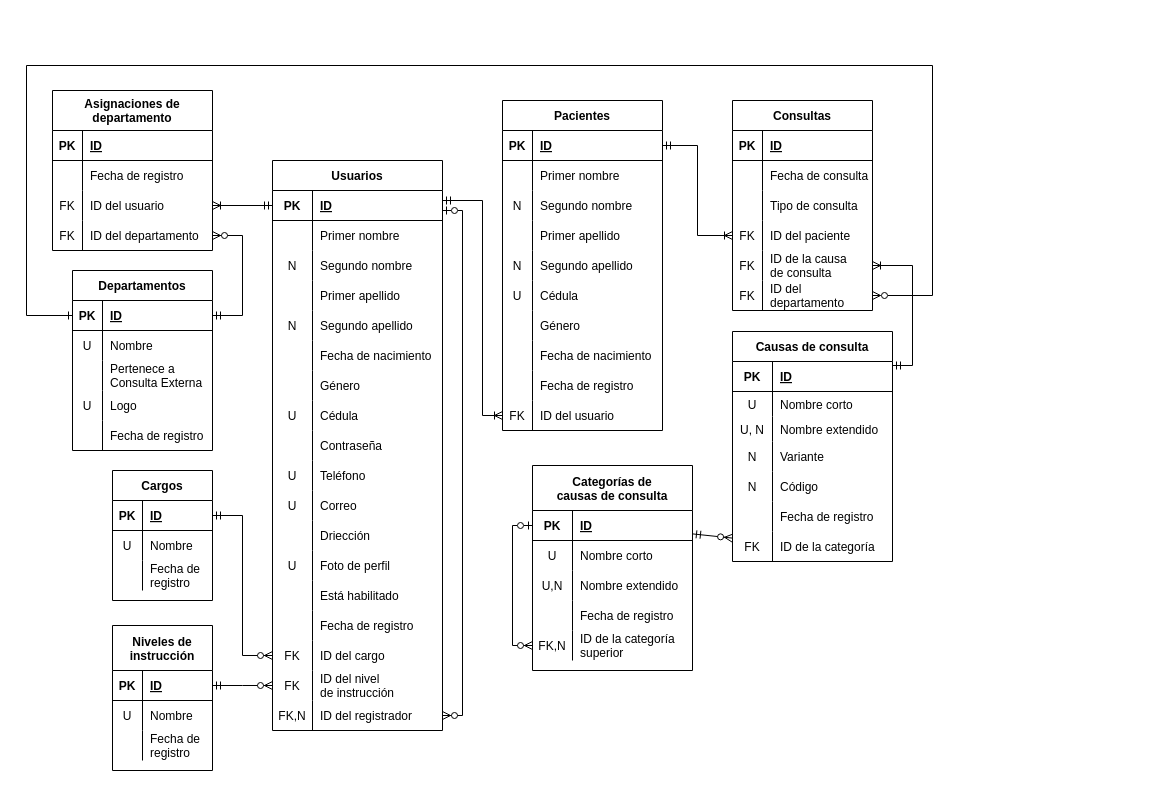
Before: page "Modelo Relacional" (5 of 6) of docs/Diagramas.drawio in fadrian06/haju, a draw.io diagram. Source tidied: cells renumbered, new cells numbered last; positions are measured from the earlier drawing's top-left corner, leaving out a move shared by most shapes. Both pictures are drawn from the tidied source at 100%, with x=0, y=0 at pixel (26, 65).
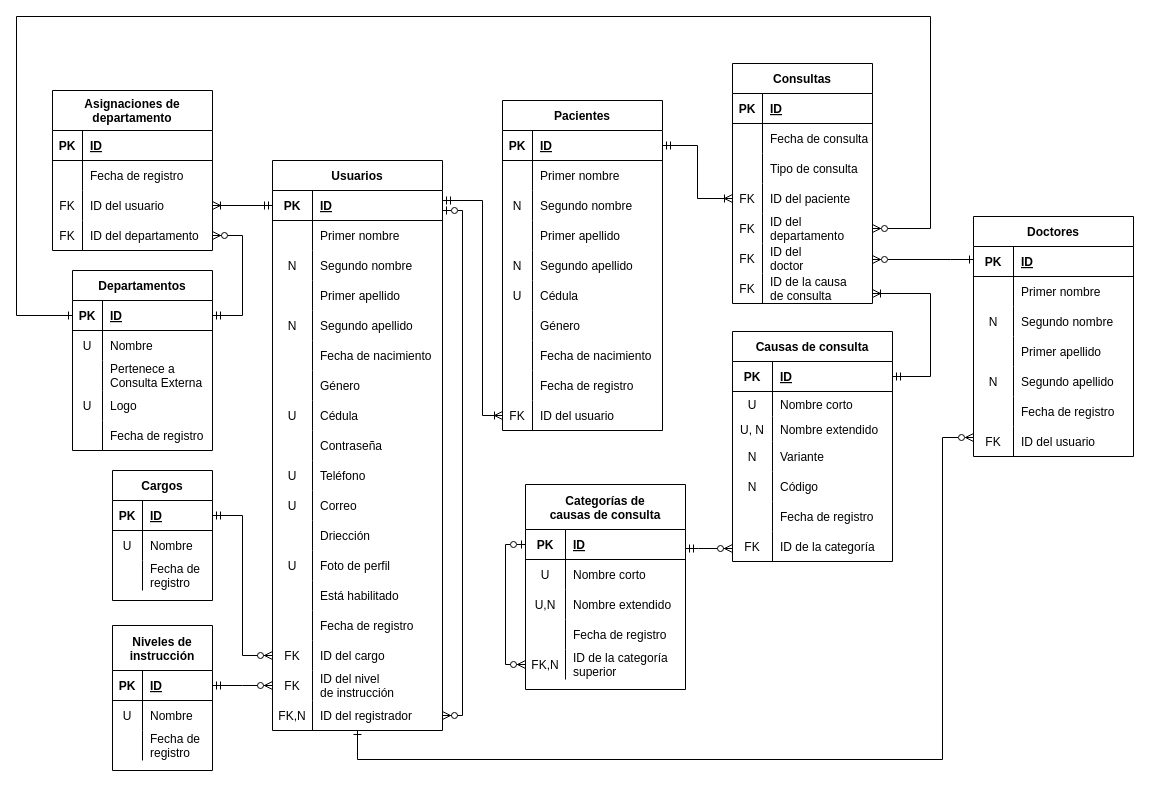
The same diagram, later.

Commit message (it also covers changes not shown here):
Añadida la entidad Doctor a los diagramas

The change refers to these unchanged cells:
```xml
<mxCell id="2" value="Usuarios" style="shape=table;startSize=30;childLayout=tableLayout;rowLines=0;fontStyle=1;align=center;" parent="1" vertex="1">
  <mxGeometry x="246" y="95" width="170" height="570" as="geometry" />
</mxCell>
<mxCell id="112" style="shape=tableRow;horizontal=0;startSize=0;swimlaneHead=0;swimlaneBody=0;fillColor=none;points=[[0,0.5],[1,0.5]];portConstraint=eastwest;top=0;left=0;right=0;bottom=1;" parent="111" vertex="1">
  <mxGeometry y="30" width="140" height="30" as="geometry" />
</mxCell>
<mxCell id="143" value="Causas de consulta" style="shape=table;startSize=30;childLayout=tableLayout;rowLines=0;fontStyle=1;align=center;" parent="1" vertex="1">
  <mxGeometry x="706" y="266" width="160" height="230" as="geometry" />
</mxCell>
<mxCell id="144" style="shape=tableRow;horizontal=0;startSize=0;swimlaneHead=0;swimlaneBody=0;fillColor=none;points=[[0,0.5],[1,0.5]];portConstraint=eastwest;top=0;left=0;right=0;bottom=1;" parent="143" vertex="1">
  <mxGeometry y="30" width="160" height="30" as="geometry" />
</mxCell>
<mxCell id="162" style="shape=tableRow;horizontal=0;startSize=0;swimlaneHead=0;swimlaneBody=0;fillColor=none;points=[[0,0.5],[1,0.5]];portConstraint=eastwest;top=0;left=0;right=0;bottom=0;" parent="143" vertex="1">
  <mxGeometry y="200" width="160" height="30" as="geometry" />
</mxCell>
<mxCell id="186" style="shape=tableRow;horizontal=0;startSize=0;swimlaneHead=0;swimlaneBody=0;fillColor=none;points=[[0,0.5],[1,0.5]];portConstraint=eastwest;top=0;left=0;right=0;bottom=1;" parent="185" vertex="1">
  <mxGeometry y="45" width="160" height="30" as="geometry" />
</mxCell>
```

Diff of the diagram source:
```diff
@@
     <mxCell id="165" value="Consultas" style="shape=table;startSize=30;childLayout=tableLayout;rowLines=0;fontStyle=1;align=center;" parent="1" vertex="1">
-      <mxGeometry x="706" y="35" width="140" height="210" as="geometry" />
+      <mxGeometry x="706" y="-2" width="140" height="240" as="geometry" />
     </mxCell>
@@
+    <mxCell id="181" style="shape=tableRow;horizontal=0;startSize=0;swimlaneHead=0;swimlaneBody=0;fillColor=none;points=[[0,0.5],[1,0.5]];portConstraint=eastwest;top=0;left=0;right=0;bottom=0;" parent="165" vertex="1">
+      <mxGeometry y="150" width="140" height="30" as="geometry" />
+    </mxCell>
+    <mxCell id="182" value="FK" style="shape=partialRectangle;fillColor=none;top=0;left=0;bottom=0;right=0;overflow=hidden;" parent="181" vertex="1">
+      <mxGeometry width="30" height="30" as="geometry" />
+    </mxCell>
+    <mxCell id="183" value="ID del&#10;departamento" style="shape=partialRectangle;fillColor=none;top=0;left=0;bottom=0;right=0;align=left;spacingLeft=6;overflow=hidden;" parent="181" vertex="1">
+      <mxGeometry x="30" width="110" height="30" as="geometry" />
+    </mxCell>
+    <mxCell id="205" style="shape=tableRow;horizontal=0;startSize=0;swimlaneHead=0;swimlaneBody=0;fillColor=none;top=0;left=0;right=0;bottom=0;" parent="165" vertex="1">
+      <mxGeometry y="180" width="140" height="30" as="geometry" />
+    </mxCell>
+    <mxCell id="206" value="FK" style="shape=partialRectangle;fillColor=none;top=0;left=0;bottom=0;right=0;overflow=hidden;" parent="205" vertex="1">
+      <mxGeometry width="30" height="30" as="geometry" />
+    </mxCell>
+    <mxCell id="207" value="ID del&#10;doctor" style="shape=partialRectangle;fillColor=none;top=0;left=0;bottom=0;right=0;align=left;spacingLeft=6;overflow=hidden;" parent="205" vertex="1">
+      <mxGeometry x="30" width="110" height="30" as="geometry" />
+    </mxCell>
     <mxCell id="178" style="shape=tableRow;horizontal=0;startSize=0;swimlaneHead=0;swimlaneBody=0;fillColor=none;points=[[0,0.5],[1,0.5]];portConstraint=eastwest;top=0;left=0;right=0;bottom=0;" parent="165" vertex="1">
-      <mxGeometry y="150" width="140" height="30" as="geometry" />
+      <mxGeometry y="210" width="140" height="30" as="geometry" />
     </mxCell>
@@
-    <mxCell id="181" style="shape=tableRow;horizontal=0;startSize=0;swimlaneHead=0;swimlaneBody=0;fillColor=none;points=[[0,0.5],[1,0.5]];portConstraint=eastwest;top=0;left=0;right=0;bottom=0;" parent="165" vertex="1">
-      <mxGeometry y="180" width="140" height="30" as="geometry" />
-    </mxCell>
-    <mxCell id="182" value="FK" style="shape=partialRectangle;fillColor=none;top=0;left=0;bottom=0;right=0;overflow=hidden;" parent="181" vertex="1">
-      <mxGeometry width="30" height="30" as="geometry" />
-    </mxCell>
-    <mxCell id="183" value="ID del&#10;departamento" style="shape=partialRectangle;fillColor=none;top=0;left=0;bottom=0;right=0;align=left;spacingLeft=6;overflow=hidden;" parent="181" vertex="1">
-      <mxGeometry x="30" width="110" height="30" as="geometry" />
-    </mxCell>
@@
     <mxCell id="185" value="Categorías de&#10;causas de consulta" style="shape=table;startSize=45;childLayout=tableLayout;rowLines=0;fontStyle=1;align=center;" parent="1" vertex="1">
-      <mxGeometry x="506" y="400" width="160" height="205" as="geometry" />
+      <mxGeometry x="499" y="419" width="160" height="205" as="geometry" />
     </mxCell>
@@
-    <mxCell id="202" style="fontSize=12;html=1;endArrow=ERzeroToMany;startArrow=ERmandOne;rounded=0;" parent="1" edge="1" source="186" target="162">
-      <mxGeometry relative="1" as="geometry" />
+    <mxCell id="202" style="fontSize=12;html=1;endArrow=ERzeroToMany;startArrow=ERmandOne;rounded=0;edgeStyle=orthogonalEdgeStyle;" parent="1" edge="1" source="185" target="143">
+      <mxGeometry relative="1" as="geometry">
+        <Array as="points">
+          <mxPoint x="672" y="483" />
+          <mxPoint x="672" y="483" />
+        </Array>
+      </mxGeometry>
     </mxCell>
-    <mxCell id="203" style="edgeStyle=orthogonalEdgeStyle;fontSize=12;html=1;endArrow=ERoneToMany;startArrow=ERmandOne;rounded=0;" parent="1" edge="1" source="144" target="178">
+    <mxCell id="203" style="edgeStyle=orthogonalEdgeStyle;fontSize=12;html=1;endArrow=ERoneToMany;startArrow=ERmandOne;rounded=0;" parent="1" edge="1" source="144" target="165">
       <mxGeometry relative="1" as="geometry">
         <Array as="points">
-          <mxPoint x="886" y="300" />
-          <mxPoint x="886" y="200" />
+          <mxPoint x="904" y="311" />
+          <mxPoint x="904" y="228" />
         </Array>
       </mxGeometry>
     </mxCell>
-    <mxCell id="204" style="edgeStyle=orthogonalEdgeStyle;fontSize=12;html=1;endArrow=ERone;startArrow=ERzeroToMany;rounded=0;startFill=0;endFill=0;" parent="1" edge="1" source="181" target="112">
+    <mxCell id="204" style="edgeStyle=orthogonalEdgeStyle;fontSize=12;html=1;endArrow=ERone;startArrow=ERzeroToMany;rounded=0;startFill=0;endFill=0;" parent="1" edge="1" source="165" target="112">
       <mxGeometry relative="1" as="geometry">
         <Array as="points">
-          <mxPoint x="906" y="230" />
-          <mxPoint x="906" />
-          <mxPoint />
-          <mxPoint y="250" />
+          <mxPoint x="904" y="163" />
+          <mxPoint x="904" y="-49" />
+          <mxPoint x="-10" y="-49" />
+          <mxPoint x="-10" y="250" />
         </Array>
       </mxGeometry>
     </mxCell>
+    <mxCell id="208" value="Doctores" style="shape=table;startSize=30;childLayout=tableLayout;rowLines=0;fontStyle=1;align=center;" parent="1" vertex="1">
+      <mxGeometry x="947" y="151" width="160" height="240" as="geometry" />
+    </mxCell>
+    <mxCell id="209" style="shape=tableRow;horizontal=0;startSize=0;swimlaneHead=0;swimlaneBody=0;fillColor=none;top=0;left=0;right=0;bottom=1;" parent="208" vertex="1">
+      <mxGeometry y="30" width="160" height="30" as="geometry" />
+    </mxCell>
+    <mxCell id="210" value="PK" style="shape=partialRectangle;fillColor=none;top=0;left=0;bottom=0;right=0;fontStyle=1;overflow=hidden;" parent="209" vertex="1">
+      <mxGeometry width="40" height="30" as="geometry" />
+    </mxCell>
+    <mxCell id="211" value="ID" style="shape=partialRectangle;fillColor=none;top=0;left=0;bottom=0;right=0;align=left;spacingLeft=6;fontStyle=5;overflow=hidden;" parent="209" vertex="1">
+      <mxGeometry x="40" width="120" height="30" as="geometry" />
+    </mxCell>
+    <mxCell id="212" style="shape=tableRow;horizontal=0;startSize=0;swimlaneHead=0;swimlaneBody=0;fillColor=none;top=0;left=0;right=0;bottom=0;" parent="208" vertex="1">
+      <mxGeometry y="60" width="160" height="30" as="geometry" />
+    </mxCell>
+    <mxCell id="213" style="shape=partialRectangle;fillColor=none;top=0;left=0;bottom=0;right=0;overflow=hidden;" parent="212" vertex="1">
+      <mxGeometry width="40" height="30" as="geometry" />
+    </mxCell>
+    <mxCell id="214" value="Primer nombre" style="shape=partialRectangle;fillColor=none;top=0;left=0;bottom=0;right=0;align=left;spacingLeft=6;overflow=hidden;" parent="212" vertex="1">
+      <mxGeometry x="40" width="120" height="30" as="geometry" />
+    </mxCell>
+    <mxCell id="215" style="shape=tableRow;horizontal=0;startSize=0;swimlaneHead=0;swimlaneBody=0;fillColor=none;top=0;left=0;right=0;bottom=0;" parent="208" vertex="1">
+      <mxGeometry y="90" width="160" height="30" as="geometry" />
+    </mxCell>
+    <mxCell id="216" value="N" style="shape=partialRectangle;fillColor=none;top=0;left=0;bottom=0;right=0;overflow=hidden;" parent="215" vertex="1">
+      <mxGeometry width="40" height="30" as="geometry" />
+    </mxCell>
+    <mxCell id="217" value="Segundo nombre" style="shape=partialRectangle;fillColor=none;top=0;left=0;bottom=0;right=0;align=left;spacingLeft=6;overflow=hidden;" parent="215" vertex="1">
+      <mxGeometry x="40" width="120" height="30" as="geometry" />
+    </mxCell>
+    <mxCell id="218" style="shape=tableRow;horizontal=0;startSize=0;swimlaneHead=0;swimlaneBody=0;fillColor=none;top=0;left=0;right=0;bottom=0;" parent="208" vertex="1">
+      <mxGeometry y="120" width="160" height="30" as="geometry" />
+    </mxCell>
+    <mxCell id="219" style="shape=partialRectangle;fillColor=none;top=0;left=0;bottom=0;right=0;overflow=hidden;" parent="218" vertex="1">
+      <mxGeometry width="40" height="30" as="geometry" />
+    </mxCell>
+    <mxCell id="220" value="Primer apellido" style="shape=partialRectangle;fillColor=none;top=0;left=0;bottom=0;right=0;align=left;spacingLeft=6;overflow=hidden;" parent="218" vertex="1">
+      <mxGeometry x="40" width="120" height="30" as="geometry" />
+    </mxCell>
+    <mxCell id="221" style="shape=tableRow;horizontal=0;startSize=0;swimlaneHead=0;swimlaneBody=0;fillColor=none;top=0;left=0;right=0;bottom=0;" parent="208" vertex="1">
+      <mxGeometry y="150" width="160" height="30" as="geometry" />
+    </mxCell>
+    <mxCell id="222" value="N" style="shape=partialRectangle;fillColor=none;top=0;left=0;bottom=0;right=0;overflow=hidden;" parent="221" vertex="1">
+      <mxGeometry width="40" height="30" as="geometry" />
+    </mxCell>
+    <mxCell id="223" value="Segundo apellido" style="shape=partialRectangle;fillColor=none;top=0;left=0;bottom=0;right=0;align=left;spacingLeft=6;overflow=hidden;" parent="221" vertex="1">
+      <mxGeometry x="40" width="120" height="30" as="geometry" />
+    </mxCell>
+    <mxCell id="224" style="shape=tableRow;horizontal=0;startSize=0;swimlaneHead=0;swimlaneBody=0;fillColor=none;top=0;left=0;right=0;bottom=0;" parent="208" vertex="1">
+      <mxGeometry y="180" width="160" height="30" as="geometry" />
+    </mxCell>
+    <mxCell id="225" style="shape=partialRectangle;fillColor=none;top=0;left=0;bottom=0;right=0;overflow=hidden;" parent="224" vertex="1">
+      <mxGeometry width="40" height="30" as="geometry" />
+    </mxCell>
+    <mxCell id="226" value="Fecha de registro" style="shape=partialRectangle;fillColor=none;top=0;left=0;bottom=0;right=0;align=left;spacingLeft=6;overflow=hidden;" parent="224" vertex="1">
+      <mxGeometry x="40" width="120" height="30" as="geometry" />
+    </mxCell>
+    <mxCell id="227" style="shape=tableRow;horizontal=0;startSize=0;swimlaneHead=0;swimlaneBody=0;fillColor=none;top=0;left=0;right=0;bottom=0;" parent="208" vertex="1">
+      <mxGeometry y="210" width="160" height="30" as="geometry" />
+    </mxCell>
+    <mxCell id="228" value="FK" style="shape=partialRectangle;fillColor=none;top=0;left=0;bottom=0;right=0;overflow=hidden;" parent="227" vertex="1">
+      <mxGeometry width="40" height="30" as="geometry" />
+    </mxCell>
+    <mxCell id="229" value="ID del usuario" style="shape=partialRectangle;fillColor=none;top=0;left=0;bottom=0;right=0;align=left;spacingLeft=6;overflow=hidden;" parent="227" vertex="1">
+      <mxGeometry x="40" width="120" height="30" as="geometry" />
+    </mxCell>
+    <mxCell id="230" style="edgeStyle=orthogonalEdgeStyle;fontSize=12;html=1;endArrow=ERone;startArrow=ERzeroToMany;rounded=0;startFill=0;endFill=0;" parent="1" edge="1" source="165" target="208">
+      <mxGeometry relative="1" as="geometry">
+        <Array as="points">
+          <mxPoint x="924" y="194" />
+          <mxPoint x="924" y="194" />
+        </Array>
+      </mxGeometry>
+    </mxCell>
+    <mxCell id="231" style="edgeStyle=orthogonalEdgeStyle;fontSize=12;html=1;endArrow=ERone;startArrow=ERzeroToMany;rounded=0;startFill=0;endFill=0;" parent="1" edge="1" source="208" target="2">
+      <mxGeometry relative="1" as="geometry">
+        <Array as="points">
+          <mxPoint x="916" y="372" />
+          <mxPoint x="916" y="694" />
+          <mxPoint x="331" y="694" />
+        </Array>
+      </mxGeometry>
+    </mxCell>
```
